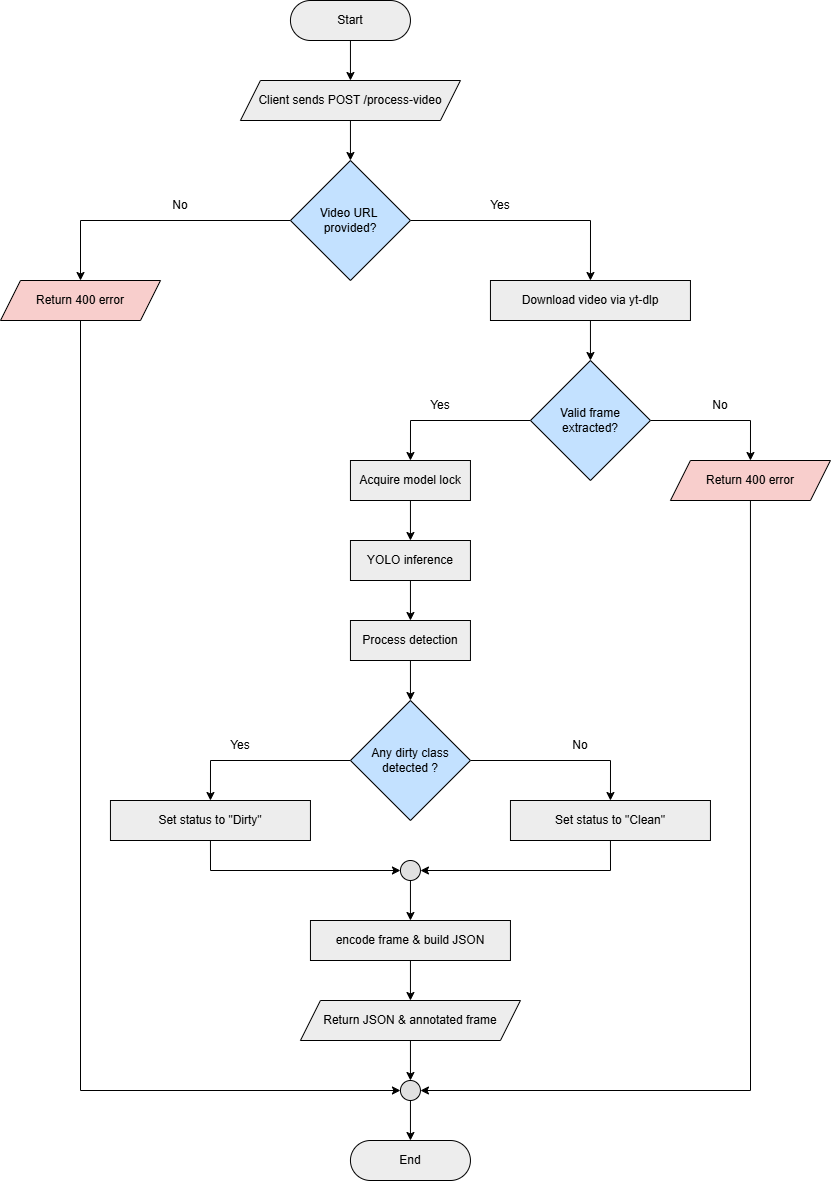
Above: documentation/cleanliness-nmsai-system-architecture.png in eldisja1/cleanliness-nmsai (draw.io), before the change. Source tidied: cells renumbered, new cells last; positions are measured from the earlier drawing's top-left corner, leaving out a move shared by most shapes.
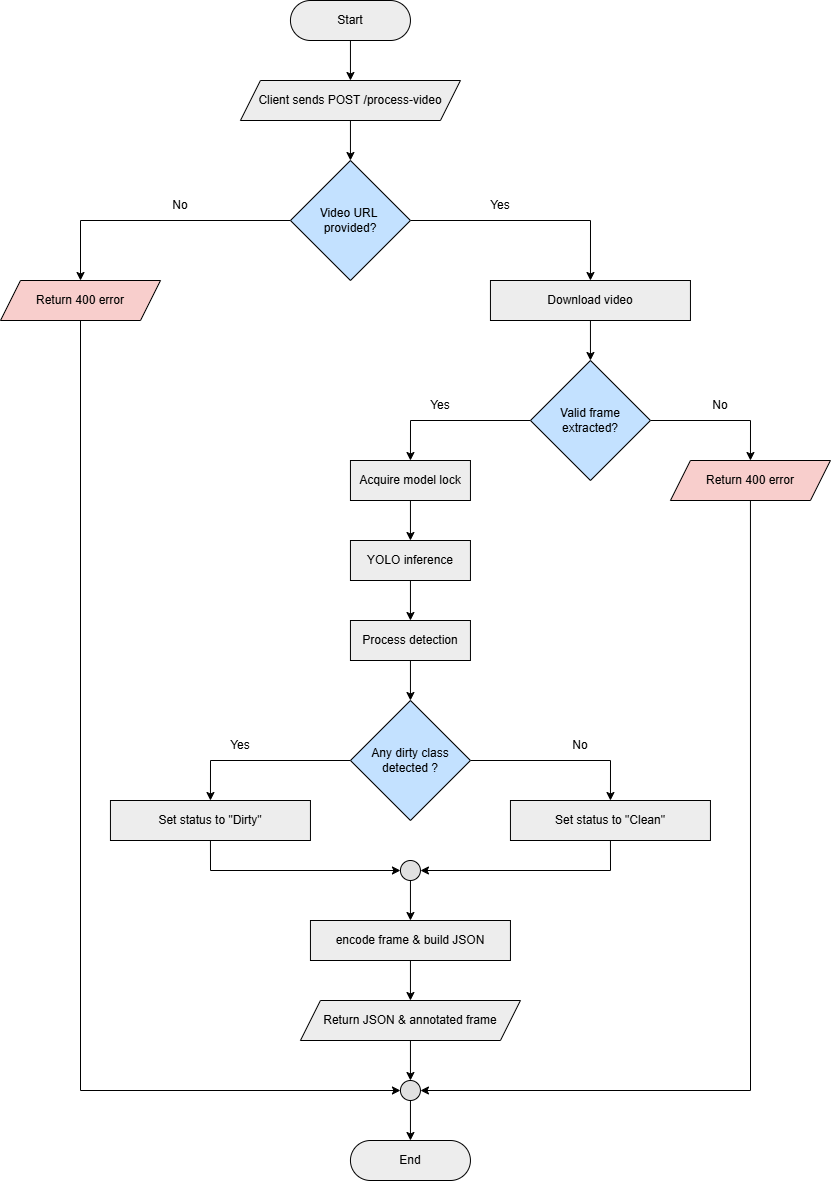
After the change.

Commit message:
docs: refine flowchart

What changed in the source:
```diff
@@ -131,7 +131,7 @@
     <mxCell id="44" style="edgeStyle=orthogonalEdgeStyle;rounded=0;jettySize=auto;html=1;" parent="1" edge="1" source="45" target="13">
       <mxGeometry relative="1" as="geometry" />
     </mxCell>
-    <mxCell id="45" value="Download video via yt-dlp" style="rounded=0;whiteSpace=wrap;html=1;fillColor=#EDEDED;" parent="1" vertex="1">
+    <mxCell id="45" value="Download video" style="rounded=0;whiteSpace=wrap;html=1;fillColor=#EDEDED;" parent="1" vertex="1">
       <mxGeometry x="489.9" y="280" width="200" height="40" as="geometry" />
     </mxCell>
   </root>
```
